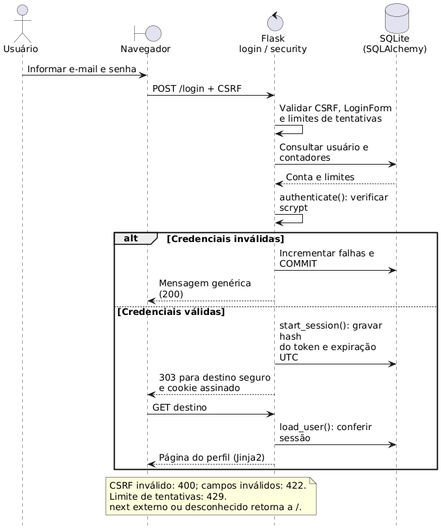
This is docs/diagrams/entrega-login.png from Lfijho/chamadosLES, a PlantUML export, as it was before one commit. Its diagram source:
```plantuml
@startuml
skinparam backgroundColor #FFFFFF
skinparam shadowing false
skinparam defaultFontName SansSerif
skinparam defaultFontSize 14
hide footbox
skinparam ParticipantPadding 10
skinparam BoxPadding 6
skinparam maxMessageSize 180
actor "Usuário" as U
boundary "Navegador" as B
control "Flask\nlogin / security" as F
database "SQLite\n(SQLAlchemy)" as D
U -> B : Informar e-mail e senha
B -> F : POST /login + CSRF
F -> F : Validar CSRF, LoginForm\ne limites de tentativas
F -> D : Consultar usuário e contadores
D --> F : Conta e limites
F -> F : authenticate(): verificar scrypt
alt Credenciais inválidas
  F -> D : Incrementar falhas e COMMIT
  F --> B : Mensagem genérica (200)
else Credenciais válidas
  F -> D : start_session(): gravar hash\ndo token e expiração UTC
  F --> B : 303 para destino seguro\ne cookie assinado
  B -> F : GET destino
  F -> D : load_user(): conferir sessão
  F --> B : Página do perfil (Jinja2)
end
note over B,F
  CSRF inválido: 400; campos inválidos: 422.
  Limite de tentativas: 429.
  next externo ou desconhecido retorna a /.
end note
@enduml
```
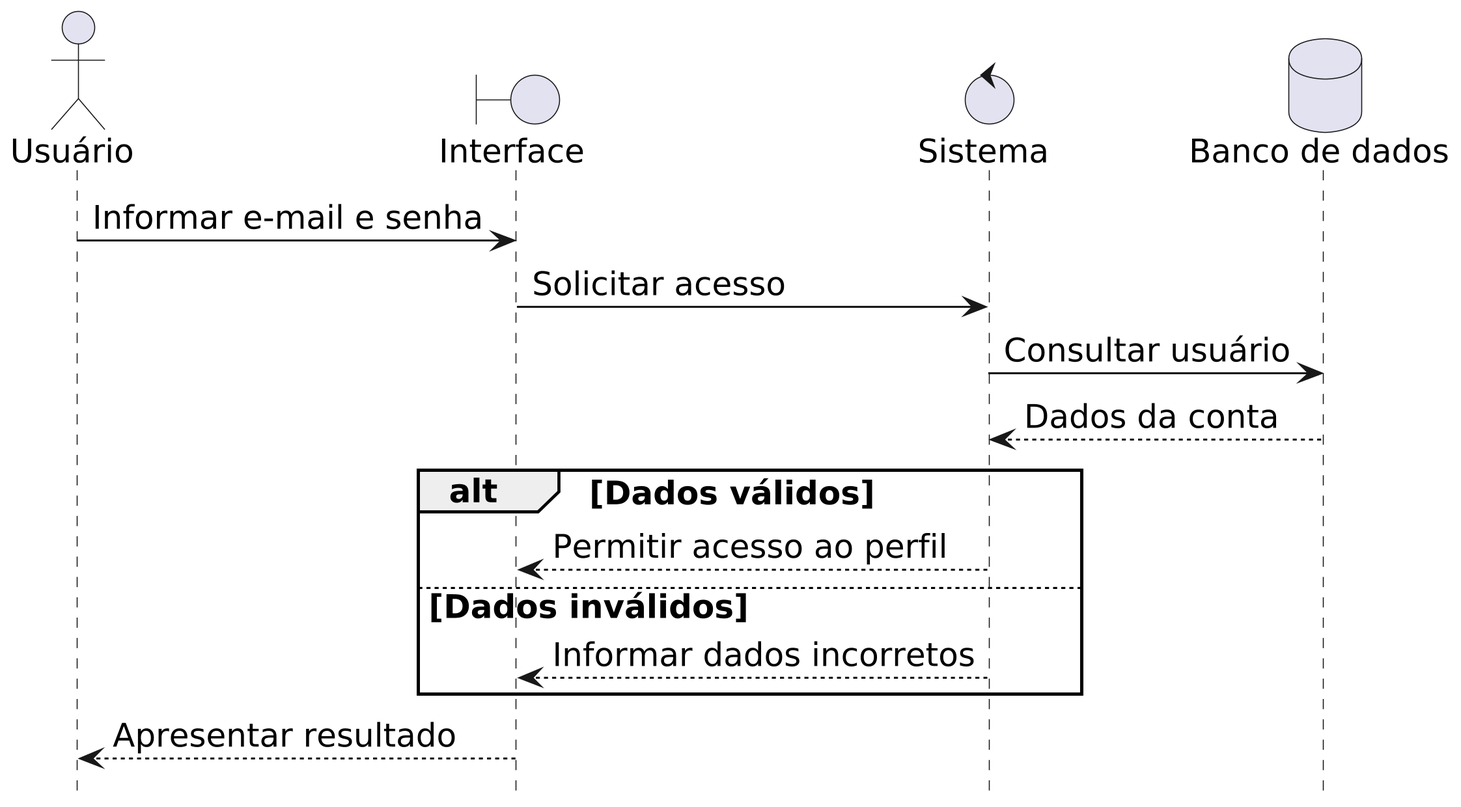
The same file after the commit.

What changed in the source:
```diff
@@ -1,35 +1,24 @@
 @startuml
+hide footbox
 skinparam backgroundColor #FFFFFF
 skinparam shadowing false
+skinparam dpi 300
 skinparam defaultFontName SansSerif
-skinparam defaultFontSize 14
-hide footbox
-skinparam ParticipantPadding 10
-skinparam BoxPadding 6
-skinparam maxMessageSize 180
+skinparam defaultFontSize 16
+skinparam ParticipantPadding 12
+skinparam maxMessageSize 210
 actor "Usuário" as U
-boundary "Navegador" as B
-control "Flask\nlogin / security" as F
-database "SQLite\n(SQLAlchemy)" as D
-U -> B : Informar e-mail e senha
-B -> F : POST /login + CSRF
-F -> F : Validar CSRF, LoginForm\ne limites de tentativas
-F -> D : Consultar usuário e contadores
-D --> F : Conta e limites
-F -> F : authenticate(): verificar scrypt
-alt Credenciais inválidas
-  F -> D : Incrementar falhas e COMMIT
-  F --> B : Mensagem genérica (200)
-else Credenciais válidas
-  F -> D : start_session(): gravar hash\ndo token e expiração UTC
-  F --> B : 303 para destino seguro\ne cookie assinado
-  B -> F : GET destino
-  F -> D : load_user(): conferir sessão
-  F --> B : Página do perfil (Jinja2)
+boundary "Interface" as I
+control "Sistema" as S
+database "Banco de dados" as B
+U -> I : Informar e-mail e senha
+I -> S : Solicitar acesso
+S -> B : Consultar usuário
+B --> S : Dados da conta
+alt Dados válidos
+  S --> I : Permitir acesso ao perfil
+else Dados inválidos
+  S --> I : Informar dados incorretos
 end
-note over B,F
-  CSRF inválido: 400; campos inválidos: 422.
-  Limite de tentativas: 429.
-  next externo ou desconhecido retorna a /.
-end note
+I --> U : Apresentar resultado
 @enduml
```
